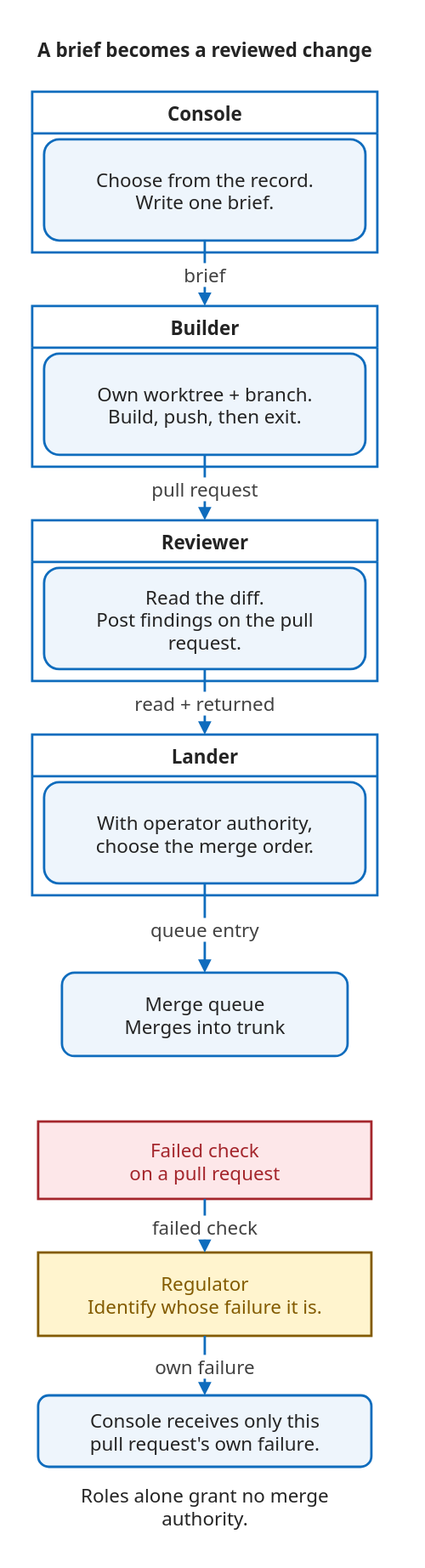
wshallwshall/korus keeps this draw.io diagram as docs/assets/diagrams/g04-build-handoffs-mobile.svg. Above is the earlier version. Source tidied: cells renumbered, new cells last; positions are measured from the earlier drawing's top-left corner, leaving out a move shared by most shapes. The source it was exported from:
```xml
<mxGraphModel background="#ffffff">
  <root>
    <mxCell id="0" />
    <mxCell id="1" parent="0" />
    <mxCell id="2" style="html=0;fontFamily=Segoe UI,Arial,sans-serif;fontSize=16;fontColor=#242424;strokeColor=#0f6cbd;strokeWidth=2;fillColor=#eef5fc;spacing=10;fillColor=#ffffff;strokeColor=none;fontFamily=Segoe UI,Arial,sans-serif;fontSize=16;" parent="1" vertex="1">
      <mxGeometry width="320" height="1280" as="geometry" />
    </mxCell>
    <mxCell id="3" value="A brief becomes a reviewed change" style="html=0;fontFamily=Segoe UI,Arial,sans-serif;fontSize=16;fontColor=#242424;strokeColor=#0f6cbd;strokeWidth=2;fillColor=#eef5fc;spacing=10;fillColor=none;strokeColor=none;spacing=0;fontStyle=1;fontFamily=Segoe UI,Arial,sans-serif;fontSize=16;" parent="1" vertex="1">
      <mxGeometry x="10" y="8" width="300" height="42" as="geometry" />
    </mxCell>
    <mxCell id="4" value="Console" style="html=0;fontFamily=Segoe UI,Arial,sans-serif;fontSize=16;fontColor=#242424;strokeColor=#0f6cbd;strokeWidth=2;fillColor=#eef5fc;spacing=10;swimlane;startSize=35;fillColor=#ffffff;fontFamily=Segoe UI,Arial,sans-serif;fontSize=16;" parent="1" vertex="1">
      <mxGeometry x="15" y="65" width="290" height="135" as="geometry" />
    </mxCell>
    <mxCell id="5" value="Choose from the record.&#10;Write one brief." style="html=0;fontFamily=Segoe UI,Arial,sans-serif;fontSize=16;fontColor=#242424;strokeColor=#0f6cbd;strokeWidth=2;fillColor=#eef5fc;spacing=10;rounded=1;fontFamily=Segoe UI,Arial,sans-serif;fontSize=16;" parent="4" vertex="1">
      <mxGeometry x="10" y="40" width="270" height="85" as="geometry" />
    </mxCell>
    <mxCell id="6" value="Builder" style="html=0;fontFamily=Segoe UI,Arial,sans-serif;fontSize=16;fontColor=#242424;strokeColor=#0f6cbd;strokeWidth=2;fillColor=#eef5fc;spacing=10;swimlane;startSize=35;fillColor=#ffffff;fontFamily=Segoe UI,Arial,sans-serif;fontSize=16;" parent="1" vertex="1">
      <mxGeometry x="15" y="245" width="290" height="135" as="geometry" />
    </mxCell>
    <mxCell id="7" value="Own worktree + branch.&#10;Build, push, then exit." style="html=0;fontFamily=Segoe UI,Arial,sans-serif;fontSize=16;fontColor=#242424;strokeColor=#0f6cbd;strokeWidth=2;fillColor=#eef5fc;spacing=10;rounded=1;fontFamily=Segoe UI,Arial,sans-serif;fontSize=16;" parent="6" vertex="1">
      <mxGeometry x="10" y="40" width="270" height="85" as="geometry" />
    </mxCell>
    <mxCell id="8" value="brief" style="edgeStyle=orthogonalEdgeStyle;rounded=0;html=0;fontFamily=Segoe UI,Arial,sans-serif;fontSize=16;fontColor=#424242;labelBackgroundColor=#ffffff;strokeColor=#0f6cbd;strokeWidth=2;endArrow=block;endFill=1;" parent="1" edge="1" source="5" target="6">
      <mxGeometry relative="1" as="geometry" />
    </mxCell>
    <mxCell id="9" value="Reviewer" style="html=0;fontFamily=Segoe UI,Arial,sans-serif;fontSize=16;fontColor=#242424;strokeColor=#0f6cbd;strokeWidth=2;fillColor=#eef5fc;spacing=10;swimlane;startSize=35;fillColor=#ffffff;fontFamily=Segoe UI,Arial,sans-serif;fontSize=16;" parent="1" vertex="1">
      <mxGeometry x="15" y="425" width="290" height="135" as="geometry" />
    </mxCell>
    <mxCell id="10" value="Read the diff.&#10;Post findings on the pull&#10;request." style="html=0;fontFamily=Segoe UI,Arial,sans-serif;fontSize=16;fontColor=#242424;strokeColor=#0f6cbd;strokeWidth=2;fillColor=#eef5fc;spacing=10;rounded=1;fontFamily=Segoe UI,Arial,sans-serif;fontSize=16;" parent="9" vertex="1">
      <mxGeometry x="10" y="40" width="270" height="85" as="geometry" />
    </mxCell>
    <mxCell id="11" value="pull request" style="edgeStyle=orthogonalEdgeStyle;rounded=0;html=0;fontFamily=Segoe UI,Arial,sans-serif;fontSize=16;fontColor=#424242;labelBackgroundColor=#ffffff;strokeColor=#0f6cbd;strokeWidth=2;endArrow=block;endFill=1;" parent="1" edge="1" source="7" target="9">
      <mxGeometry relative="1" as="geometry" />
    </mxCell>
    <mxCell id="12" value="Lander" style="html=0;fontFamily=Segoe UI,Arial,sans-serif;fontSize=16;fontColor=#242424;strokeColor=#0f6cbd;strokeWidth=2;fillColor=#eef5fc;spacing=10;swimlane;startSize=35;fillColor=#ffffff;fontFamily=Segoe UI,Arial,sans-serif;fontSize=16;" parent="1" vertex="1">
      <mxGeometry x="15" y="605" width="290" height="135" as="geometry" />
    </mxCell>
    <mxCell id="13" value="With operator authority,&#10;choose the merge order." style="html=0;fontFamily=Segoe UI,Arial,sans-serif;fontSize=16;fontColor=#242424;strokeColor=#0f6cbd;strokeWidth=2;fillColor=#eef5fc;spacing=10;rounded=1;fontFamily=Segoe UI,Arial,sans-serif;fontSize=16;" parent="12" vertex="1">
      <mxGeometry x="10" y="40" width="270" height="85" as="geometry" />
    </mxCell>
    <mxCell id="14" value="read + returned" style="edgeStyle=orthogonalEdgeStyle;rounded=0;html=0;fontFamily=Segoe UI,Arial,sans-serif;fontSize=16;fontColor=#424242;labelBackgroundColor=#ffffff;strokeColor=#0f6cbd;strokeWidth=2;endArrow=block;endFill=1;" parent="1" edge="1" source="10" target="12">
      <mxGeometry relative="1" as="geometry" />
    </mxCell>
    <mxCell id="15" value="Merge queue&#10;Merges into trunk" style="html=0;fontFamily=Segoe UI,Arial,sans-serif;fontSize=16;fontColor=#242424;strokeColor=#0f6cbd;strokeWidth=2;fillColor=#eef5fc;spacing=10;rounded=1;fontFamily=Segoe UI,Arial,sans-serif;fontSize=16;" parent="1" vertex="1">
      <mxGeometry x="40" y="805" width="240" height="70" as="geometry" />
    </mxCell>
    <mxCell id="16" value="queue entry" style="edgeStyle=orthogonalEdgeStyle;rounded=0;html=0;fontFamily=Segoe UI,Arial,sans-serif;fontSize=16;fontColor=#424242;labelBackgroundColor=#ffffff;strokeColor=#0f6cbd;strokeWidth=2;endArrow=block;endFill=1;" parent="1" edge="1" source="13" target="15">
      <mxGeometry relative="1" as="geometry" />
    </mxCell>
    <mxCell id="17" value="Failed check&#10;on a pull request" style="html=0;fontFamily=Segoe UI,Arial,sans-serif;fontSize=16;fontColor=#242424;strokeColor=#0f6cbd;strokeWidth=2;fillColor=#eef5fc;spacing=10;fillColor=#fde7e9;strokeColor=#a4262c;fontColor=#a4262c;fontFamily=Segoe UI,Arial,sans-serif;fontSize=16;" parent="1" vertex="1">
      <mxGeometry x="20" y="930" width="280" height="65" as="geometry" />
    </mxCell>
    <mxCell id="18" value="Regulator&#10;Identify whose failure it is." style="html=0;fontFamily=Segoe UI,Arial,sans-serif;fontSize=16;fontColor=#242424;strokeColor=#0f6cbd;strokeWidth=2;fillColor=#eef5fc;spacing=10;fillColor=#fff4ce;strokeColor=#835b00;fontColor=#835b00;fontFamily=Segoe UI,Arial,sans-serif;fontSize=16;" parent="1" vertex="1">
      <mxGeometry x="20" y="1040" width="280" height="70" as="geometry" />
    </mxCell>
    <mxCell id="19" value="failed check" style="edgeStyle=orthogonalEdgeStyle;rounded=0;html=0;fontFamily=Segoe UI,Arial,sans-serif;fontSize=16;fontColor=#424242;labelBackgroundColor=#ffffff;strokeColor=#0f6cbd;strokeWidth=2;endArrow=block;endFill=1;" parent="1" edge="1" source="17" target="18">
      <mxGeometry relative="1" as="geometry" />
    </mxCell>
    <mxCell id="20" value="Console receives only this&#10;pull request's own failure." style="html=0;fontFamily=Segoe UI,Arial,sans-serif;fontSize=16;fontColor=#242424;strokeColor=#0f6cbd;strokeWidth=2;fillColor=#eef5fc;spacing=10;rounded=1;fontFamily=Segoe UI,Arial,sans-serif;fontSize=16;" parent="1" vertex="1">
      <mxGeometry x="20" y="1160" width="280" height="60" as="geometry" />
    </mxCell>
    <mxCell id="21" value="own failure" style="edgeStyle=orthogonalEdgeStyle;rounded=0;html=0;fontFamily=Segoe UI,Arial,sans-serif;fontSize=16;fontColor=#424242;labelBackgroundColor=#ffffff;strokeColor=#0f6cbd;strokeWidth=2;endArrow=block;endFill=1;" parent="1" edge="1" source="18" target="20">
      <mxGeometry relative="1" as="geometry" />
    </mxCell>
    <mxCell id="22" value="Roles alone grant no merge&#10;authority." style="html=0;fontFamily=Segoe UI,Arial,sans-serif;fontSize=16;fontColor=#242424;strokeColor=#0f6cbd;strokeWidth=2;fillColor=#eef5fc;spacing=10;fillColor=none;strokeColor=none;spacing=0;fontFamily=Segoe UI,Arial,sans-serif;fontSize=16;" parent="1" vertex="1">
      <mxGeometry x="10" y="1230" width="300" height="45" as="geometry" />
    </mxCell>
  </root>
</mxGraphModel>
```
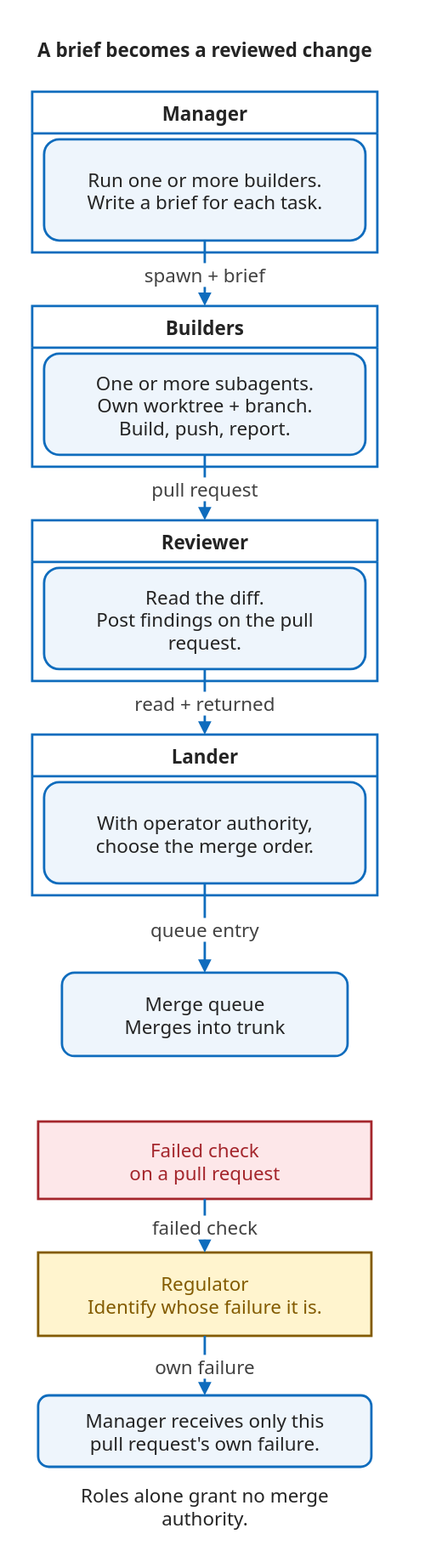
The same diagram one commit later.

The edit, as a diff of the source:
```diff
@@ -8,19 +8,19 @@
     <mxCell id="3" value="A brief becomes a reviewed change" style="html=0;fontFamily=Segoe UI,Arial,sans-serif;fontSize=16;fontColor=#242424;strokeColor=#0f6cbd;strokeWidth=2;fillColor=#eef5fc;spacing=10;fillColor=none;strokeColor=none;spacing=0;fontStyle=1;fontFamily=Segoe UI,Arial,sans-serif;fontSize=16;" parent="1" vertex="1">
       <mxGeometry x="10" y="8" width="300" height="42" as="geometry" />
     </mxCell>
-    <mxCell id="4" value="Console" style="html=0;fontFamily=Segoe UI,Arial,sans-serif;fontSize=16;fontColor=#242424;strokeColor=#0f6cbd;strokeWidth=2;fillColor=#eef5fc;spacing=10;swimlane;startSize=35;fillColor=#ffffff;fontFamily=Segoe UI,Arial,sans-serif;fontSize=16;" parent="1" vertex="1">
+    <mxCell id="4" value="Manager" style="html=0;fontFamily=Segoe UI,Arial,sans-serif;fontSize=16;fontColor=#242424;strokeColor=#0f6cbd;strokeWidth=2;fillColor=#eef5fc;spacing=10;swimlane;startSize=35;fillColor=#ffffff;fontFamily=Segoe UI,Arial,sans-serif;fontSize=16;" parent="1" vertex="1">
       <mxGeometry x="15" y="65" width="290" height="135" as="geometry" />
     </mxCell>
-    <mxCell id="5" value="Choose from the record.&#10;Write one brief." style="html=0;fontFamily=Segoe UI,Arial,sans-serif;fontSize=16;fontColor=#242424;strokeColor=#0f6cbd;strokeWidth=2;fillColor=#eef5fc;spacing=10;rounded=1;fontFamily=Segoe UI,Arial,sans-serif;fontSize=16;" parent="4" vertex="1">
+    <mxCell id="5" value="Run one or more builders.&#10;Write a brief for each task." style="html=0;fontFamily=Segoe UI,Arial,sans-serif;fontSize=16;fontColor=#242424;strokeColor=#0f6cbd;strokeWidth=2;fillColor=#eef5fc;spacing=10;rounded=1;fontFamily=Segoe UI,Arial,sans-serif;fontSize=16;" parent="4" vertex="1">
       <mxGeometry x="10" y="40" width="270" height="85" as="geometry" />
     </mxCell>
-    <mxCell id="6" value="Builder" style="html=0;fontFamily=Segoe UI,Arial,sans-serif;fontSize=16;fontColor=#242424;strokeColor=#0f6cbd;strokeWidth=2;fillColor=#eef5fc;spacing=10;swimlane;startSize=35;fillColor=#ffffff;fontFamily=Segoe UI,Arial,sans-serif;fontSize=16;" parent="1" vertex="1">
+    <mxCell id="6" value="Builders" style="html=0;fontFamily=Segoe UI,Arial,sans-serif;fontSize=16;fontColor=#242424;strokeColor=#0f6cbd;strokeWidth=2;fillColor=#eef5fc;spacing=10;swimlane;startSize=35;fillColor=#ffffff;fontFamily=Segoe UI,Arial,sans-serif;fontSize=16;" parent="1" vertex="1">
       <mxGeometry x="15" y="245" width="290" height="135" as="geometry" />
     </mxCell>
-    <mxCell id="7" value="Own worktree + branch.&#10;Build, push, then exit." style="html=0;fontFamily=Segoe UI,Arial,sans-serif;fontSize=16;fontColor=#242424;strokeColor=#0f6cbd;strokeWidth=2;fillColor=#eef5fc;spacing=10;rounded=1;fontFamily=Segoe UI,Arial,sans-serif;fontSize=16;" parent="6" vertex="1">
+    <mxCell id="7" value="One or more subagents.&#10;Own worktree + branch.&#10;Build, push, report." style="html=0;fontFamily=Segoe UI,Arial,sans-serif;fontSize=16;fontColor=#242424;strokeColor=#0f6cbd;strokeWidth=2;fillColor=#eef5fc;spacing=10;rounded=1;fontFamily=Segoe UI,Arial,sans-serif;fontSize=16;" parent="6" vertex="1">
       <mxGeometry x="10" y="40" width="270" height="85" as="geometry" />
     </mxCell>
-    <mxCell id="8" value="brief" style="edgeStyle=orthogonalEdgeStyle;rounded=0;html=0;fontFamily=Segoe UI,Arial,sans-serif;fontSize=16;fontColor=#424242;labelBackgroundColor=#ffffff;strokeColor=#0f6cbd;strokeWidth=2;endArrow=block;endFill=1;" parent="1" edge="1" source="5" target="6">
+    <mxCell id="8" value="spawn + brief" style="edgeStyle=orthogonalEdgeStyle;rounded=0;html=0;fontFamily=Segoe UI,Arial,sans-serif;fontSize=16;fontColor=#424242;labelBackgroundColor=#ffffff;strokeColor=#0f6cbd;strokeWidth=2;endArrow=block;endFill=1;" parent="1" edge="1" source="5" target="6">
       <mxGeometry relative="1" as="geometry" />
     </mxCell>
     <mxCell id="9" value="Reviewer" style="html=0;fontFamily=Segoe UI,Arial,sans-serif;fontSize=16;fontColor=#242424;strokeColor=#0f6cbd;strokeWidth=2;fillColor=#eef5fc;spacing=10;swimlane;startSize=35;fillColor=#ffffff;fontFamily=Segoe UI,Arial,sans-serif;fontSize=16;" parent="1" vertex="1">
@@ -56,7 +56,7 @@
     <mxCell id="19" value="failed check" style="edgeStyle=orthogonalEdgeStyle;rounded=0;html=0;fontFamily=Segoe UI,Arial,sans-serif;fontSize=16;fontColor=#424242;labelBackgroundColor=#ffffff;strokeColor=#0f6cbd;strokeWidth=2;endArrow=block;endFill=1;" parent="1" edge="1" source="17" target="18">
       <mxGeometry relative="1" as="geometry" />
     </mxCell>
-    <mxCell id="20" value="Console receives only this&#10;pull request's own failure." style="html=0;fontFamily=Segoe UI,Arial,sans-serif;fontSize=16;fontColor=#242424;strokeColor=#0f6cbd;strokeWidth=2;fillColor=#eef5fc;spacing=10;rounded=1;fontFamily=Segoe UI,Arial,sans-serif;fontSize=16;" parent="1" vertex="1">
+    <mxCell id="20" value="Manager receives only this&#10;pull request's own failure." style="html=0;fontFamily=Segoe UI,Arial,sans-serif;fontSize=16;fontColor=#242424;strokeColor=#0f6cbd;strokeWidth=2;fillColor=#eef5fc;spacing=10;rounded=1;fontFamily=Segoe UI,Arial,sans-serif;fontSize=16;" parent="1" vertex="1">
       <mxGeometry x="20" y="1160" width="280" height="60" as="geometry" />
     </mxCell>
     <mxCell id="21" value="own failure" style="edgeStyle=orthogonalEdgeStyle;rounded=0;html=0;fontFamily=Segoe UI,Arial,sans-serif;fontSize=16;fontColor=#424242;labelBackgroundColor=#ffffff;strokeColor=#0f6cbd;strokeWidth=2;endArrow=block;endFill=1;" parent="1" edge="1" source="18" target="20">
```
